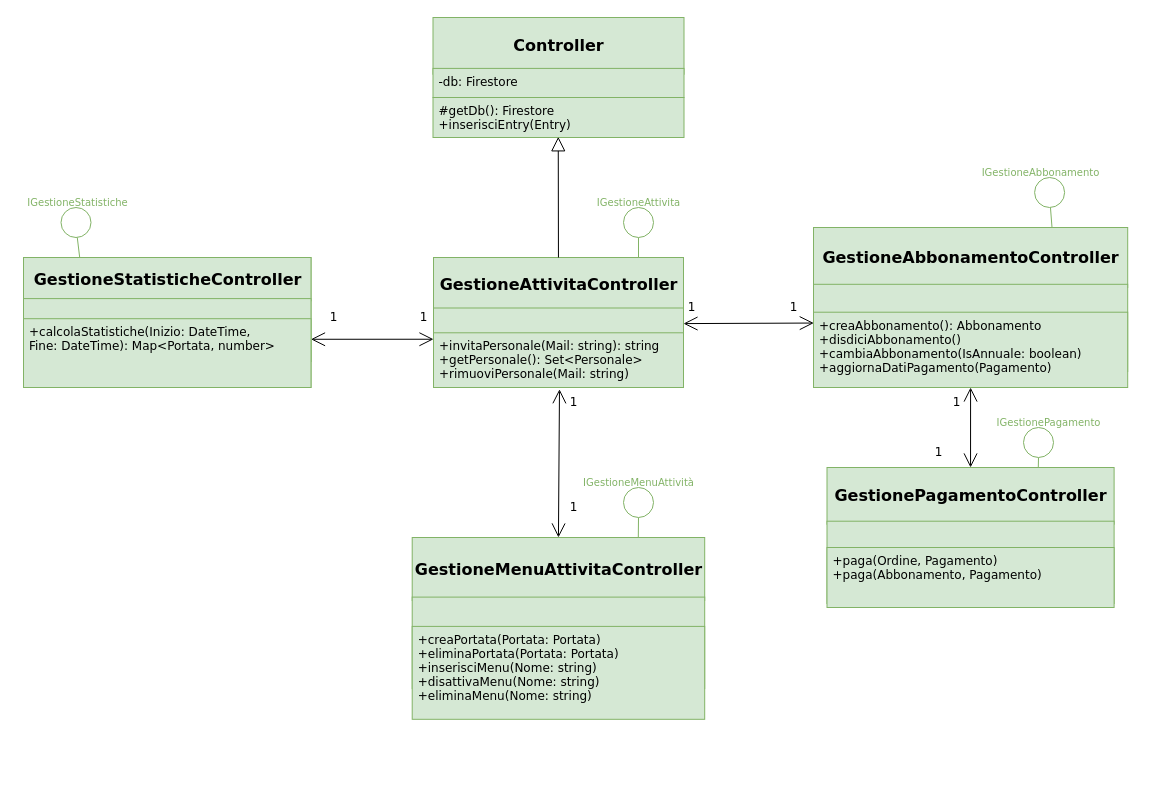
Marco-Burattoni/Progetto-ids keeps this draw.io diagram as page "attivita" (2 of 5) of progettazione/dettaglio/dettaglioController.drawio. Above is the earlier version. Source tidied: cells renumbered, new cells numbered last; positions are measured from the earlier drawing's top-left corner, leaving out a move shared by most shapes. Both pictures are drawn from the tidied source at 100%, with x=0, y=0 at pixel (17, 17).
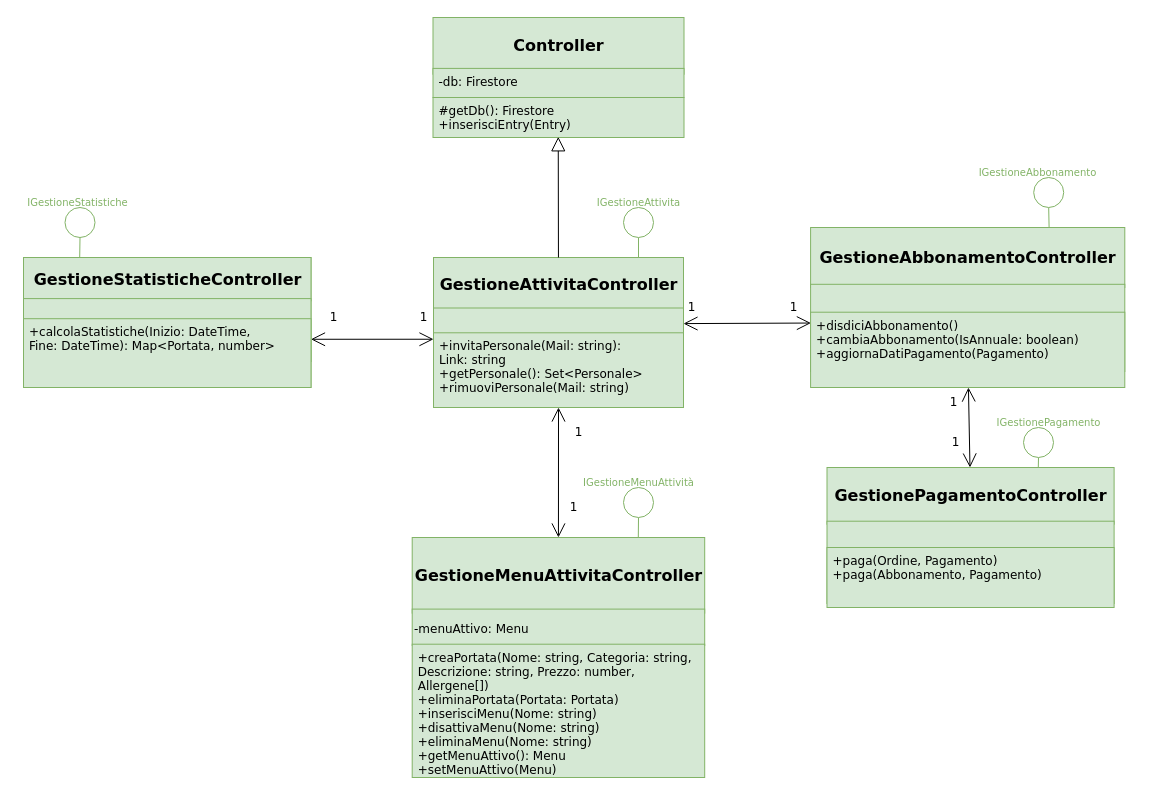
The same diagram, later.

Unchanged cells that the change refers to:
```xml
<mxCell id="2" style="group;fontFamily=Verdana;" parent="1" vertex="1">
  <mxGeometry x="416" y="240" width="250" height="160" as="geometry" />
</mxCell>
<mxCell id="22" style="group;fontFamily=Verdana;" parent="16" vertex="1">
  <mxGeometry width="143.8" height="70" as="geometry" />
</mxCell>
<mxCell id="27" style="group;fontFamily=Verdana;" parent="26" vertex="1">
  <mxGeometry y="70" width="314.2" height="190" as="geometry" />
</mxCell>
```

The edit, as a diff of the source:
```diff
@@
-    <mxCell id="6" value="+invitaPersonale(Mail: string): string&#10;+getPersonale(): Set&lt;Personale&gt;&#10;+rimuoviPersonale(Mail: string)" style="text;strokeColor=#82b366;fillColor=#d5e8d4;align=left;verticalAlign=top;spacingLeft=4;spacingRight=4;overflow=hidden;points=[[0,0.5],[1,0.5]];portConstraint=eastwest;fontSize=12;fontFamily=Verdana;" parent="2" vertex="1">
-      <mxGeometry y="75.3" width="250" height="54.7" as="geometry" />
+    <mxCell id="6" value="+invitaPersonale(Mail: string): &#10;Link: string&#10;+getPersonale(): Set&lt;Personale&gt;&#10;+rimuoviPersonale(Mail: string)" style="text;strokeColor=#82b366;fillColor=#d5e8d4;align=left;verticalAlign=top;spacingLeft=4;spacingRight=4;overflow=hidden;points=[[0,0.5],[1,0.5]];portConstraint=eastwest;fontSize=12;fontFamily=Verdana;" parent="2" vertex="1">
+      <mxGeometry y="75.3" width="250" height="74.7" as="geometry" />
     </mxCell>
-    <mxCell id="7" value="1" style="text;html=1;align=center;verticalAlign=middle;strokeColor=none;fillColor=none;fontFamily=Verdana;" parent="2" vertex="1">
-      <mxGeometry x="125" y="130" width="30" height="30" as="geometry" />
-    </mxCell>
@@
     <mxCell id="24" style="ellipse;whiteSpace=wrap;html=1;strokeColor=#82B366;fontFamily=Verdana;" parent="22" vertex="1">
-      <mxGeometry x="37.5" y="20" width="30" height="30" as="geometry" />
+      <mxGeometry x="41.5" y="20" width="30" height="30" as="geometry" />
     </mxCell>
@@
     <mxCell id="26" style="group;fontFamily=Verdana;" parent="1" vertex="1">
-      <mxGeometry x="796" y="140" width="320" height="260" as="geometry" />
+      <mxGeometry x="793.1" y="140" width="320" height="260" as="geometry" />
     </mxCell>
@@
-    <mxCell id="31" value="+creaAbbonamento(): Abbonamento&#10;+disdiciAbbonamento()&#10;+cambiaAbbonamento(IsAnnuale: boolean)&#10;+aggiornaDatiPagamento(Pagamento)" style="text;strokeColor=#82b366;fillColor=#d5e8d4;align=left;verticalAlign=top;spacingLeft=4;spacingRight=4;overflow=hidden;points=[[0,0.5],[1,0.5]];portConstraint=eastwest;fontSize=12;fontFamily=Verdana;" parent="27" vertex="1">
+    <mxCell id="31" value="+disdiciAbbonamento()&#10;+cambiaAbbonamento(IsAnnuale: boolean)&#10;+aggiornaDatiPagamento(Pagamento)" style="text;strokeColor=#82b366;fillColor=#d5e8d4;align=left;verticalAlign=top;spacingLeft=4;spacingRight=4;overflow=hidden;points=[[0,0.5],[1,0.5]];portConstraint=eastwest;fontSize=12;fontFamily=Verdana;" parent="27" vertex="1">
       <mxGeometry y="84.7" width="314.2" height="75.3" as="geometry" />
     </mxCell>
@@
     <mxCell id="34" style="ellipse;whiteSpace=wrap;html=1;strokeColor=#82B366;fontFamily=Verdana;" parent="26" vertex="1">
-      <mxGeometry x="221.1" y="20" width="30" height="30" as="geometry" />
+      <mxGeometry x="223.1" y="20" width="30" height="30" as="geometry" />
     </mxCell>
@@
-    <mxCell id="37" style="edgeStyle=none;rounded=0;jettySize=auto;html=1;entryX=0.5;entryY=0;entryDx=0;entryDy=0;strokeWidth=1;endArrow=open;endFill=0;endSize=12;exitX=0.504;exitY=1.032;exitDx=0;exitDy=0;exitPerimeter=0;startArrow=open;startFill=0;startSize=12;fontFamily=Verdana;" parent="1" edge="1" source="6" target="55">
+    <mxCell id="37" style="edgeStyle=none;rounded=0;jettySize=auto;html=1;entryX=0.5;entryY=0;entryDx=0;entryDy=0;strokeWidth=1;endArrow=open;endFill=0;endSize=12;startArrow=open;startFill=0;startSize=12;fontFamily=Verdana;exitX=0.5;exitY=1;exitDx=0;exitDy=0;exitPerimeter=0;" parent="1" edge="1" source="6" target="55">
       <mxGeometry relative="1" as="geometry" />
     </mxCell>
@@
     <mxCell id="53" value="1" style="text;html=1;align=center;verticalAlign=middle;strokeColor=none;fillColor=none;fontSize=12;fontFamily=Verdana;" parent="1" vertex="1">
-      <mxGeometry x="906" y="420" width="30" height="30" as="geometry" />
+      <mxGeometry x="923" y="410" width="30" height="30" as="geometry" />
     </mxCell>
     <mxCell id="54" style="group;fontFamily=Verdana;" parent="1" vertex="1">
-      <mxGeometry x="394.7" y="520" width="292.5" height="200" as="geometry" />
+      <mxGeometry x="394.7" y="520" width="292.5" height="240" as="geometry" />
     </mxCell>
     <mxCell id="55" value="&lt;b&gt;GestioneMenuAttivitaController&lt;/b&gt;" style="html=1;fontSize=16;fillColor=#d5e8d4;strokeColor=#82b366;fontFamily=Verdana;" parent="54" vertex="1">
-      <mxGeometry width="292.5" height="63" as="geometry" />
+      <mxGeometry width="292.5" height="75.6" as="geometry" />
     </mxCell>
-    <mxCell id="56" style="html=1;fontSize=16;fillColor=#d5e8d4;strokeColor=#82b366;fontFamily=Verdana;" parent="54" vertex="1">
-      <mxGeometry y="59.6" width="292.5" height="91.5" as="geometry" />
+    <mxCell id="56" value="&lt;font style=&quot;font-size: 12px;&quot;&gt;-menuAttivo: Menu&lt;br&gt;&lt;/font&gt;" style="html=1;fontSize=16;fillColor=#d5e8d4;strokeColor=#82b366;fontFamily=Verdana;align=left;" parent="54" vertex="1">
+      <mxGeometry y="71.6" width="292.5" height="36.4" as="geometry" />
     </mxCell>
     <mxCell id="57" style="line;strokeWidth=1;fillColor=#d5e8d4;align=left;verticalAlign=middle;spacingTop=-1;spacingLeft=3;spacingRight=3;labelPosition=right;strokeColor=#82b366;fontSize=16;fontFamily=Verdana;" parent="54" vertex="1">
-      <mxGeometry y="89.4" width="292.5" height="10.1" as="geometry" />
+      <mxGeometry y="107.3" width="292.5" height="12.1" as="geometry" />
     </mxCell>
-    <mxCell id="58" value="+creaPortata(Portata: Portata)&#10;+eliminaPortata(Portata: Portata)&#10;+inserisciMenu(Nome: string)&#10;+disattivaMenu(Nome: string)&#10;+eliminaMenu(Nome: string)" style="text;strokeColor=#82b366;fillColor=#d5e8d4;align=left;verticalAlign=top;spacingLeft=4;spacingRight=4;overflow=hidden;fontSize=12;fontFamily=Verdana;" parent="54" vertex="1">
-      <mxGeometry y="88.9" width="292.5" height="92.9" as="geometry" />
+    <mxCell id="58" value="+creaPortata(Nome: string, Categoria: string, &#10;Descrizione: string, Prezzo: number, &#10;Allergene[])&#10;+eliminaPortata(Portata: Portata)&#10;+inserisciMenu(Nome: string)&#10;+disattivaMenu(Nome: string)&#10;+eliminaMenu(Nome: string)&#10;+getMenuAttivo(): Menu&#10;+setMenuAttivo(Menu)" style="text;strokeColor=#82b366;fillColor=#d5e8d4;align=left;verticalAlign=top;spacingLeft=4;spacingRight=4;overflow=hidden;fontSize=12;fontFamily=Verdana;" parent="54" vertex="1">
+      <mxGeometry y="106.7" width="292.5" height="133.3" as="geometry" />
     </mxCell>
@@
+    <mxCell id="7" value="1" style="text;html=1;align=center;verticalAlign=middle;strokeColor=none;fillColor=none;fontFamily=Verdana;" parent="1" vertex="1">
+      <mxGeometry x="546" y="400" width="30" height="30" as="geometry" />
+    </mxCell>
```
